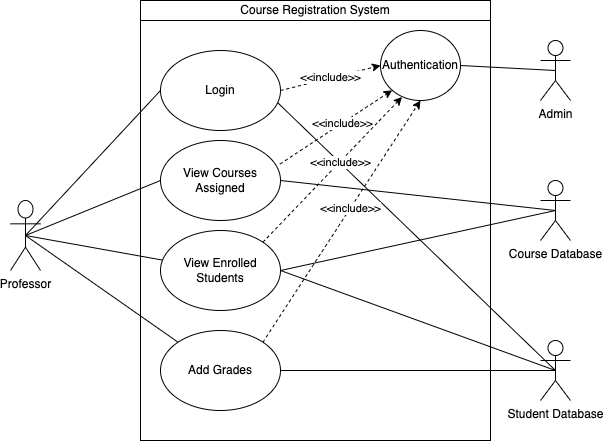
The draw.io diagram CRS-Group-3-Flipkart-UML-artifacts/usecase diagram/professor_usecase.png in shreyansh0212/CRS-Flipkart-Repo-Group-3, before a commit. Source tidied: cells renumbered, new cells last; positions are measured from the earlier drawing's top-left corner, leaving out a move shared by most shapes.
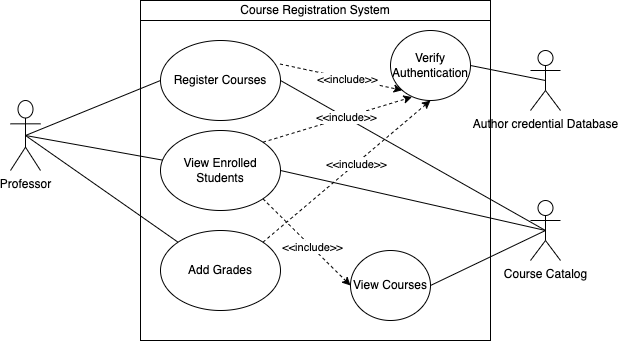
After the change.

The edit, as a diff of the source:
```diff
@@ -6,12 +6,9 @@
       <mxGeometry y="200" width="30" height="70" as="geometry" />
     </mxCell>
     <mxCell id="3" style="rounded=0;whiteSpace=wrap;html=1;" parent="1" vertex="1">
-      <mxGeometry x="130" width="350" height="440" as="geometry" />
+      <mxGeometry x="130" y="120" width="350" height="320" as="geometry" />
     </mxCell>
-    <mxCell id="4" value="Login" style="ellipse;whiteSpace=wrap;html=1;" parent="1" vertex="1">
-      <mxGeometry x="150" y="50" width="120" height="80" as="geometry" />
-    </mxCell>
-    <mxCell id="5" value="View Courses Assigned" style="ellipse;whiteSpace=wrap;html=1;" parent="1" vertex="1">
+    <mxCell id="5" value="Register Courses" style="ellipse;whiteSpace=wrap;html=1;" parent="1" vertex="1">
       <mxGeometry x="150" y="140" width="120" height="80" as="geometry" />
     </mxCell>
     <mxCell id="6" value="View Enrolled Students" style="ellipse;whiteSpace=wrap;html=1;" parent="1" vertex="1">
@@ -20,15 +17,12 @@
     <mxCell id="7" value="Add Grades" style="ellipse;whiteSpace=wrap;html=1;" parent="1" vertex="1">
       <mxGeometry x="150" y="330" width="120" height="80" as="geometry" />
     </mxCell>
-    <mxCell id="8" value="Course Database" style="shape=umlActor;verticalLabelPosition=bottom;verticalAlign=top;html=1;outlineConnect=0;" parent="1" vertex="1">
-      <mxGeometry x="530" y="180" width="30" height="60" as="geometry" />
+    <mxCell id="8" value="Course Catalog" style="shape=umlActor;verticalLabelPosition=bottom;verticalAlign=top;html=1;outlineConnect=0;" parent="1" vertex="1">
+      <mxGeometry x="520" y="300" width="30" height="60" as="geometry" />
     </mxCell>
     <mxCell id="9" value="Course Registration System" style="rounded=0;whiteSpace=wrap;html=1;" parent="1" vertex="1">
-      <mxGeometry x="130" width="350" height="20" as="geometry" />
+      <mxGeometry x="130" y="100" width="350" height="20" as="geometry" />
     </mxCell>
-    <mxCell id="10" style="endArrow=none;html=1;rounded=0;entryX=0;entryY=0.5;entryDx=0;entryDy=0;exitX=0.5;exitY=0.5;exitDx=0;exitDy=0;exitPerimeter=0;" parent="1" edge="1" source="2" target="4">
-      <mxGeometry relative="1" as="geometry" />
-    </mxCell>
     <mxCell id="11" style="endArrow=none;html=1;rounded=0;entryX=0;entryY=0.5;entryDx=0;entryDy=0;exitX=0.5;exitY=0.5;exitDx=0;exitDy=0;exitPerimeter=0;" parent="1" edge="1" source="2" target="5">
       <mxGeometry relative="1" as="geometry" />
     </mxCell>
@@ -44,27 +38,12 @@
     <mxCell id="15" style="endArrow=none;html=1;rounded=0;exitX=1;exitY=0.5;exitDx=0;exitDy=0;entryX=0.5;entryY=0.5;entryDx=0;entryDy=0;entryPerimeter=0;" parent="1" edge="1" source="6" target="8">
       <mxGeometry relative="1" as="geometry" />
     </mxCell>
-    <mxCell id="16" value="Student Database" style="shape=umlActor;verticalLabelPosition=bottom;verticalAlign=top;html=1;outlineConnect=0;" parent="1" vertex="1">
-      <mxGeometry x="530" y="340" width="30" height="60" as="geometry" />
-    </mxCell>
-    <mxCell id="17" style="endArrow=none;html=1;rounded=0;exitX=0.979;exitY=0.656;exitDx=0;exitDy=0;exitPerimeter=0;entryX=0.5;entryY=0.5;entryDx=0;entryDy=0;entryPerimeter=0;" parent="1" edge="1" source="4" target="16">
-      <mxGeometry relative="1" as="geometry" />
-    </mxCell>
-    <mxCell id="18" style="endArrow=none;html=1;rounded=0;exitX=1;exitY=0.5;exitDx=0;exitDy=0;entryX=0.5;entryY=0.5;entryDx=0;entryDy=0;entryPerimeter=0;" parent="1" edge="1" source="6" target="16">
-      <mxGeometry relative="1" as="geometry" />
-    </mxCell>
-    <mxCell id="19" style="endArrow=none;html=1;rounded=0;exitX=1;exitY=0.5;exitDx=0;exitDy=0;entryX=0.5;entryY=0.5;entryDx=0;entryDy=0;entryPerimeter=0;" parent="1" edge="1" source="7" target="16">
-      <mxGeometry relative="1" as="geometry" />
-    </mxCell>
-    <mxCell id="20" value="Authentication" style="ellipse;whiteSpace=wrap;html=1;" parent="1" vertex="1">
-      <mxGeometry x="370" y="30" width="80" height="70" as="geometry" />
+    <mxCell id="20" value="Verify Authentication" style="ellipse;whiteSpace=wrap;html=1;" parent="1" vertex="1">
+      <mxGeometry x="380" y="130" width="80" height="70" as="geometry" />
     </mxCell>
-    <mxCell id="21" value="Admin" style="shape=umlActor;verticalLabelPosition=bottom;verticalAlign=top;html=1;outlineConnect=0;" parent="1" vertex="1">
-      <mxGeometry x="530" y="40" width="30" height="60" as="geometry" />
+    <mxCell id="21" value="Author credential Database" style="shape=umlActor;verticalLabelPosition=bottom;verticalAlign=top;html=1;outlineConnect=0;" parent="1" vertex="1">
+      <mxGeometry x="520" y="150" width="30" height="60" as="geometry" />
     </mxCell>
-    <mxCell id="22" value="&amp;lt;&amp;lt;include&amp;gt;&amp;gt;" style="endArrow=classic;html=1;rounded=0;exitX=1;exitY=0.5;exitDx=0;exitDy=0;entryX=0;entryY=0.5;entryDx=0;entryDy=0;dashed=1;" parent="1" edge="1" source="4" target="20">
-      <mxGeometry relative="1" as="geometry" />
-    </mxCell>
     <mxCell id="23" style="endArrow=none;html=1;rounded=0;exitX=1;exitY=0.5;exitDx=0;exitDy=0;entryX=0.5;entryY=0.5;entryDx=0;entryDy=0;entryPerimeter=0;" parent="1" edge="1" source="20" target="21">
       <mxGeometry relative="1" as="geometry" />
     </mxCell>
@@ -86,5 +65,17 @@
     <mxCell id="29" value="&amp;lt;&amp;lt;include&amp;gt;&amp;gt;" style="edgeLabel;html=1;align=center;verticalAlign=middle;" parent="28" vertex="1">
       <mxGeometry x="0.11" relative="1" as="geometry" />
     </mxCell>
+    <mxCell id="30" style="endArrow=classic;html=1;rounded=0;dashed=1;exitX=1;exitY=1;exitDx=0;exitDy=0;entryX=0;entryY=0.5;entryDx=0;entryDy=0;" parent="1" edge="1" source="6" target="31">
+      <mxGeometry relative="1" as="geometry" />
+    </mxCell>
+    <mxCell id="22" value="&amp;lt;&amp;lt;include&amp;gt;&amp;gt;" style="edgeLabel;html=1;align=center;verticalAlign=middle;" parent="30" vertex="1">
+      <mxGeometry x="0.11" relative="1" as="geometry" />
+    </mxCell>
+    <mxCell id="31" value="View Courses" style="ellipse;whiteSpace=wrap;html=1;" parent="1" vertex="1">
+      <mxGeometry x="340" y="350" width="80" height="70" as="geometry" />
+    </mxCell>
+    <mxCell id="32" style="endArrow=none;html=1;rounded=0;exitX=1;exitY=0.5;exitDx=0;exitDy=0;entryX=0.5;entryY=0.5;entryDx=0;entryDy=0;entryPerimeter=0;" parent="1" edge="1" source="31" target="8">
+      <mxGeometry relative="1" as="geometry" />
+    </mxCell>
   </root>
 </mxGraphModel>
```
